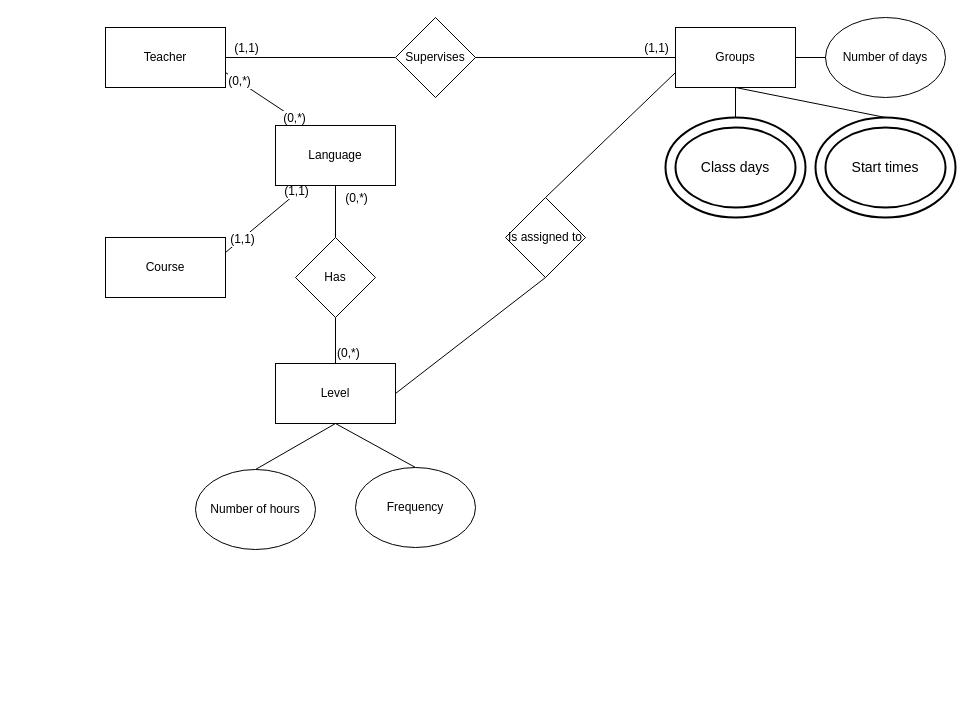
Above: Task2/Task2.drawio in devtot0/FundamentalsOfDatabases (draw.io), before the change. Source tidied: cells renumbered, new cells numbered last; positions are measured from the earlier drawing's top-left corner, leaving out a move shared by most shapes. Both pictures are drawn from the tidied source at 100%, with x=0, y=0 at pixel (105, 17).
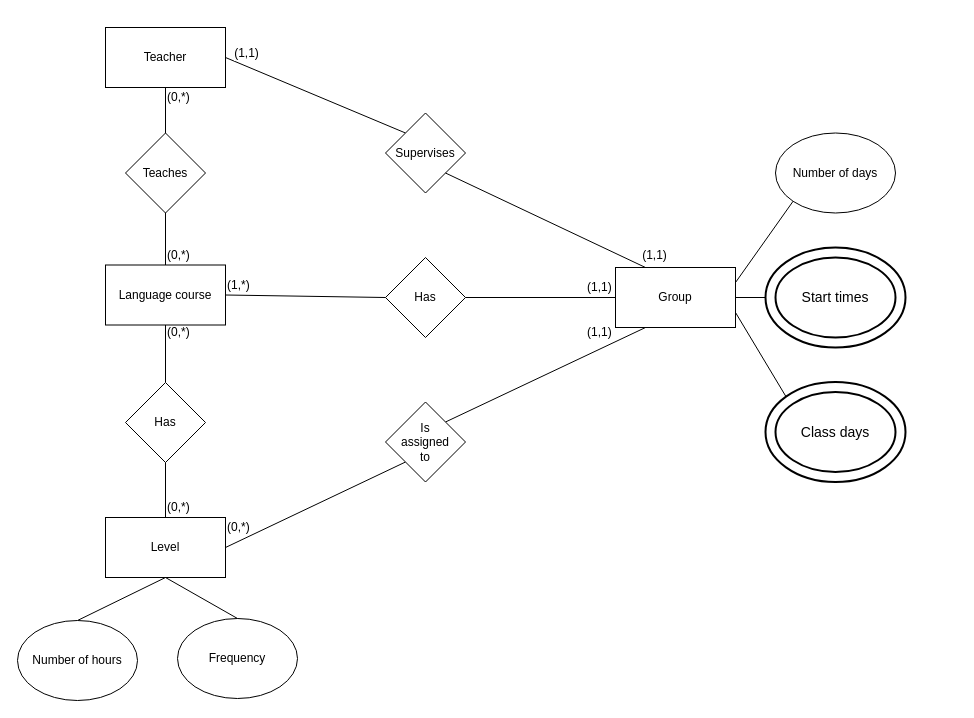
The same page after the edit.

Unchanged cells that the change refers to:
```xml
<mxCell id="9" value="Teacher&lt;br&gt;" style="rounded=0;whiteSpace=wrap;html=1;" parent="1" vertex="1">
  <mxGeometry y="10" width="120" height="60" as="geometry" />
</mxCell>
```

The edit, as a diff of the source:
```diff
@@
-    <mxCell id="2" style="edgeStyle=none;rounded=0;jettySize=auto;html=1;exitX=1;exitY=0.25;exitDx=0;exitDy=0;entryX=0.25;entryY=1;entryDx=0;entryDy=0;endArrow=none;endFill=0;" parent="1" edge="1" source="5" target="32">
-      <mxGeometry relative="1" as="geometry" />
-    </mxCell>
-    <mxCell id="3" value="(1,1)" style="text;html=1;align=center;verticalAlign=middle;labelBackgroundColor=#ffffff;" parent="2" vertex="1">
-      <mxGeometry x="-0.6" relative="1" as="geometry" />
-    </mxCell>
-    <mxCell id="4" value="(1,1)" style="text;html=1;align=center;verticalAlign=middle;labelBackgroundColor=#ffffff;" parent="2" vertex="1">
-      <mxGeometry x="0.78" y="2" relative="1" as="geometry" />
-    </mxCell>
-    <mxCell id="5" value="Course&lt;br&gt;" style="rounded=0;whiteSpace=wrap;html=1;" parent="1" vertex="1">
-      <mxGeometry y="220" width="120" height="60" as="geometry" />
-    </mxCell>
-    <mxCell id="6" style="rounded=0;jettySize=auto;html=1;exitX=1;exitY=0.75;exitDx=0;exitDy=0;entryX=0.25;entryY=0;entryDx=0;entryDy=0;endArrow=none;endFill=0;" parent="1" edge="1" source="9" target="32">
-      <mxGeometry relative="1" as="geometry" />
-    </mxCell>
-    <mxCell id="7" value="(0,*)" style="text;html=1;align=center;verticalAlign=middle;labelBackgroundColor=#ffffff;" parent="6" vertex="1">
-      <mxGeometry x="-0.67" relative="1" as="geometry" />
-    </mxCell>
-    <mxCell id="8" value="(0,*)" style="text;html=1;align=center;verticalAlign=middle;labelBackgroundColor=#ffffff;" parent="6" vertex="1">
-      <mxGeometry x="0.7" relative="1" as="geometry" />
-    </mxCell>
@@
-    <mxCell id="10" style="edgeStyle=none;rounded=0;jettySize=auto;html=1;entryX=1;entryY=0.5;entryDx=0;entryDy=0;endArrow=none;endFill=0;exitX=0;exitY=0.5;exitDx=0;exitDy=0;" parent="1" edge="1" source="21" target="9">
+    <mxCell id="10" style="edgeStyle=none;rounded=0;jettySize=auto;html=1;entryX=1;entryY=0.5;entryDx=0;entryDy=0;endArrow=none;endFill=0;exitX=0;exitY=0;exitDx=0;exitDy=0;" parent="1" edge="1" source="21" target="9">
       <mxGeometry relative="1" as="geometry" />
     </mxCell>
@@
-    <mxCell id="12" style="edgeStyle=none;rounded=0;jettySize=auto;html=1;endArrow=none;endFill=0;" parent="1" edge="1" source="14" target="32">
+    <mxCell id="12" style="edgeStyle=none;rounded=0;jettySize=auto;html=1;endArrow=none;endFill=0;exitX=0.5;exitY=0;exitDx=0;exitDy=0;" parent="1" edge="1" source="14" target="32">
       <mxGeometry relative="1" as="geometry" />
     </mxCell>
-    <mxCell id="13" value="(0,*)" style="text;html=1;align=center;verticalAlign=middle;labelBackgroundColor=#ffffff;" parent="12" vertex="1">
-      <mxGeometry x="0.62" y="-3" relative="1" as="geometry">
-        <mxPoint x="17" y="2" as="offset" />
-      </mxGeometry>
-    </mxCell>
     <mxCell id="14" value="Has" style="rhombus;whiteSpace=wrap;html=1;" parent="1" vertex="1">
-      <mxGeometry x="190" y="220" width="80" height="80" as="geometry" />
+      <mxGeometry x="20" y="365" width="80" height="80" as="geometry" />
     </mxCell>
@@
     <mxCell id="16" value="Level&lt;br&gt;" style="rounded=0;whiteSpace=wrap;html=1;" parent="1" vertex="1">
-      <mxGeometry x="170" y="346" width="120" height="60" as="geometry" />
+      <mxGeometry y="500" width="120" height="60" as="geometry" />
     </mxCell>
@@
     <mxCell id="18" value="Number of hours" style="ellipse;whiteSpace=wrap;html=1;" parent="1" vertex="1">
-      <mxGeometry x="90" y="452" width="120" height="80" as="geometry" />
+      <mxGeometry x="-88" y="603" width="120" height="80" as="geometry" />
     </mxCell>
     <mxCell id="19" value="Frequency" style="ellipse;whiteSpace=wrap;html=1;" parent="1" vertex="1">
-      <mxGeometry x="250" y="450" width="120" height="80" as="geometry" />
+      <mxGeometry x="72" y="601" width="120" height="80" as="geometry" />
     </mxCell>
@@
     <mxCell id="21" value="Supervises" style="rhombus;whiteSpace=wrap;html=1;" parent="1" vertex="1">
-      <mxGeometry x="290" width="80" height="80" as="geometry" />
+      <mxGeometry x="280" y="95.5" width="80" height="80" as="geometry" />
     </mxCell>
-    <mxCell id="22" style="endArrow=none;html=1;entryX=1;entryY=0.5;entryDx=0;entryDy=0;exitX=0;exitY=0.5;exitDx=0;exitDy=0;" parent="1" edge="1" source="24" target="21">
+    <mxCell id="22" style="endArrow=none;html=1;entryX=1;entryY=1;entryDx=0;entryDy=0;exitX=0.25;exitY=0;exitDx=0;exitDy=0;" parent="1" edge="1" source="24" target="21">
       <mxGeometry relative="1" as="geometry" />
     </mxCell>
     <mxCell id="23" value="(1,1)" style="text;html=1;align=center;verticalAlign=middle;labelBackgroundColor=#ffffff;" parent="22" vertex="1">
       <mxGeometry x="-0.87" relative="1" as="geometry">
-        <mxPoint x="-7" y="-10" as="offset" />
+        <mxPoint x="21.5" y="-6.5" as="offset" />
       </mxGeometry>
     </mxCell>
-    <mxCell id="24" value="Groups" style="rounded=0;whiteSpace=wrap;html=1;" parent="1" vertex="1">
-      <mxGeometry x="570" y="10" width="120" height="60" as="geometry" />
+    <mxCell id="24" value="Group" style="rounded=0;whiteSpace=wrap;html=1;" parent="1" vertex="1">
+      <mxGeometry x="510" y="250" width="120" height="60" as="geometry" />
     </mxCell>
     <mxCell id="25" value="Number of days" style="ellipse;whiteSpace=wrap;html=1;" parent="1" vertex="1">
-      <mxGeometry x="720" width="120" height="80" as="geometry" />
+      <mxGeometry x="670" y="115.5" width="120" height="80" as="geometry" />
     </mxCell>
-    <mxCell id="26" style="endArrow=none;html=1;exitX=1;exitY=0.5;exitDx=0;exitDy=0;entryX=0;entryY=0.5;entryDx=0;entryDy=0;" parent="1" edge="1" source="24" target="25">
+    <mxCell id="26" style="endArrow=none;html=1;exitX=1;exitY=0.25;exitDx=0;exitDy=0;entryX=0;entryY=1;entryDx=0;entryDy=0;" parent="1" edge="1" source="24" target="25">
       <mxGeometry relative="1" as="geometry" />
     </mxCell>
     <mxCell id="27" value="(0,*)" style="text;html=1;align=left;verticalAlign=top;spacingTop=-4;" parent="1" vertex="1">
-      <mxGeometry x="230" y="326" width="40" height="20" as="geometry" />
+      <mxGeometry x="120" y="500" width="40" height="20" as="geometry" />
     </mxCell>
-    <mxCell id="28" style="rounded=0;jettySize=auto;html=1;exitX=0.5;exitY=0;exitDx=0;exitDy=0;entryX=0.5;entryY=1;entryDx=0;entryDy=0;endArrow=none;endFill=0;" parent="1" edge="1" source="29" target="24">
+    <mxCell id="28" style="rounded=0;jettySize=auto;html=1;exitX=0;exitY=0.5;exitDx=0;exitDy=0;entryX=1;entryY=0.5;entryDx=0;entryDy=0;endArrow=none;endFill=0;" parent="1" edge="1" source="29" target="24">
       <mxGeometry relative="1" as="geometry" />
     </mxCell>
     <mxCell id="29" value="Start times" style="ellipse;shape=doubleEllipse;margin=10;strokeWidth=2;fontSize=14;whiteSpace=wrap;html=1;align=center;" parent="1" vertex="1">
-      <mxGeometry x="710" y="100" width="140" height="100" as="geometry" />
+      <mxGeometry x="660" y="230" width="140" height="100" as="geometry" />
     </mxCell>
-    <mxCell id="30" style="edgeStyle=none;rounded=0;jettySize=auto;html=1;exitX=0.5;exitY=0;exitDx=0;exitDy=0;entryX=0.5;entryY=1;entryDx=0;entryDy=0;endArrow=none;endFill=0;" parent="1" edge="1" source="31" target="24">
+    <mxCell id="30" style="edgeStyle=none;rounded=0;jettySize=auto;html=1;exitX=0;exitY=0;exitDx=0;exitDy=0;entryX=1;entryY=0.75;entryDx=0;entryDy=0;endArrow=none;endFill=0;" parent="1" edge="1" source="31" target="24">
       <mxGeometry relative="1" as="geometry" />
     </mxCell>
     <mxCell id="31" value="Class days" style="ellipse;shape=doubleEllipse;margin=10;strokeWidth=2;fontSize=14;whiteSpace=wrap;html=1;align=center;" parent="1" vertex="1">
-      <mxGeometry x="560" y="100" width="140" height="100" as="geometry" />
+      <mxGeometry x="660" y="364.5" width="140" height="100" as="geometry" />
     </mxCell>
-    <mxCell id="32" value="Language&lt;br&gt;" style="rounded=0;whiteSpace=wrap;html=1;" parent="1" vertex="1">
-      <mxGeometry x="170" y="108" width="120" height="60" as="geometry" />
+    <mxCell id="32" value="Language course&lt;br&gt;" style="rounded=0;whiteSpace=wrap;html=1;" parent="1" vertex="1">
+      <mxGeometry y="247.5" width="120" height="60" as="geometry" />
     </mxCell>
-    <mxCell id="33" style="edgeStyle=none;rounded=0;jettySize=auto;html=1;exitX=0.5;exitY=0;exitDx=0;exitDy=0;entryX=0;entryY=0.75;entryDx=0;entryDy=0;endArrow=none;endFill=0;" parent="1" edge="1" source="35" target="24">
+    <mxCell id="33" style="edgeStyle=none;rounded=0;jettySize=auto;html=1;exitX=1;exitY=0;exitDx=0;exitDy=0;entryX=0.25;entryY=1;entryDx=0;entryDy=0;endArrow=none;endFill=0;" parent="1" edge="1" source="35" target="24">
       <mxGeometry relative="1" as="geometry" />
     </mxCell>
-    <mxCell id="34" style="edgeStyle=none;rounded=0;jettySize=auto;html=1;exitX=0.5;exitY=1;exitDx=0;exitDy=0;entryX=1;entryY=0.5;entryDx=0;entryDy=0;endArrow=none;endFill=0;" parent="1" edge="1" source="35" target="16">
+    <mxCell id="34" style="edgeStyle=none;rounded=0;jettySize=auto;html=1;exitX=0;exitY=1;exitDx=0;exitDy=0;entryX=1;entryY=0.5;entryDx=0;entryDy=0;endArrow=none;endFill=0;" parent="1" edge="1" source="35" target="16">
       <mxGeometry relative="1" as="geometry" />
     </mxCell>
-    <mxCell id="35" value="Is assigned to" style="rhombus;whiteSpace=wrap;html=1;" parent="1" vertex="1">
-      <mxGeometry x="400" y="180" width="80" height="80" as="geometry" />
+    <mxCell id="35" value="Is&lt;br&gt;assigned&lt;br&gt;to" style="rhombus;whiteSpace=wrap;html=1;" parent="1" vertex="1">
+      <mxGeometry x="280" y="384.5" width="80" height="80" as="geometry" />
     </mxCell>
+    <mxCell id="36" value="Has" style="rhombus;whiteSpace=wrap;html=1;" parent="1" vertex="1">
+      <mxGeometry x="280" y="240" width="80" height="80" as="geometry" />
+    </mxCell>
+    <mxCell id="37" style="endArrow=none;html=1;entryX=0;entryY=0.5;entryDx=0;entryDy=0;exitX=1;exitY=0.5;exitDx=0;exitDy=0;" parent="1" edge="1" source="32" target="36">
+      <mxGeometry relative="1" as="geometry" />
+    </mxCell>
+    <mxCell id="38" style="endArrow=none;html=1;entryX=0;entryY=0.5;entryDx=0;entryDy=0;exitX=1;exitY=0.5;exitDx=0;exitDy=0;" parent="1" edge="1" source="36" target="24">
+      <mxGeometry relative="1" as="geometry" />
+    </mxCell>
+    <mxCell id="39" value="Teaches" style="rhombus;whiteSpace=wrap;html=1;" parent="1" vertex="1">
+      <mxGeometry x="20" y="115.5" width="80" height="80" as="geometry" />
+    </mxCell>
+    <mxCell id="40" value="(0,*)" style="text;html=1;align=left;verticalAlign=top;spacingTop=-4;" parent="1" vertex="1">
+      <mxGeometry x="60" y="70" width="40" height="20" as="geometry" />
+    </mxCell>
+    <mxCell id="41" value="(0,*)" style="text;html=1;align=left;verticalAlign=top;spacingTop=-4;" parent="1" vertex="1">
+      <mxGeometry x="60" y="227.5" width="40" height="20" as="geometry" />
+    </mxCell>
+    <mxCell id="42" style="endArrow=none;html=1;entryX=0.5;entryY=1;entryDx=0;entryDy=0;exitX=0.5;exitY=0;exitDx=0;exitDy=0;" parent="1" edge="1" source="39" target="9">
+      <mxGeometry relative="1" as="geometry" />
+    </mxCell>
+    <mxCell id="43" style="endArrow=none;html=1;entryX=0.5;entryY=0;entryDx=0;entryDy=0;exitX=0.5;exitY=1;exitDx=0;exitDy=0;" parent="1" edge="1" source="39" target="32">
+      <mxGeometry relative="1" as="geometry" />
+    </mxCell>
+    <mxCell id="44" value="(1,1)" style="text;html=1;align=left;verticalAlign=top;spacingTop=-4;" parent="1" vertex="1">
+      <mxGeometry x="480" y="305" width="40" height="20" as="geometry" />
+    </mxCell>
+    <mxCell id="45" value="(0,*)" style="text;html=1;align=left;verticalAlign=top;spacingTop=-4;" parent="1" vertex="1">
+      <mxGeometry x="60" y="480" width="40" height="20" as="geometry" />
+    </mxCell>
+    <mxCell id="46" value="(0,*)" style="text;html=1;align=left;verticalAlign=top;spacingTop=-4;" parent="1" vertex="1">
+      <mxGeometry x="60" y="305" width="40" height="20" as="geometry" />
+    </mxCell>
+    <mxCell id="47" value="(1,*)" style="text;html=1;align=left;verticalAlign=top;spacingTop=-4;" parent="1" vertex="1">
+      <mxGeometry x="119.5" y="257.5" width="40" height="20" as="geometry" />
+    </mxCell>
+    <mxCell id="48" value="(1,1)" style="text;html=1;align=left;verticalAlign=top;spacingTop=-4;" parent="1" vertex="1">
+      <mxGeometry x="480" y="260" width="40" height="20" as="geometry" />
+    </mxCell>
```
